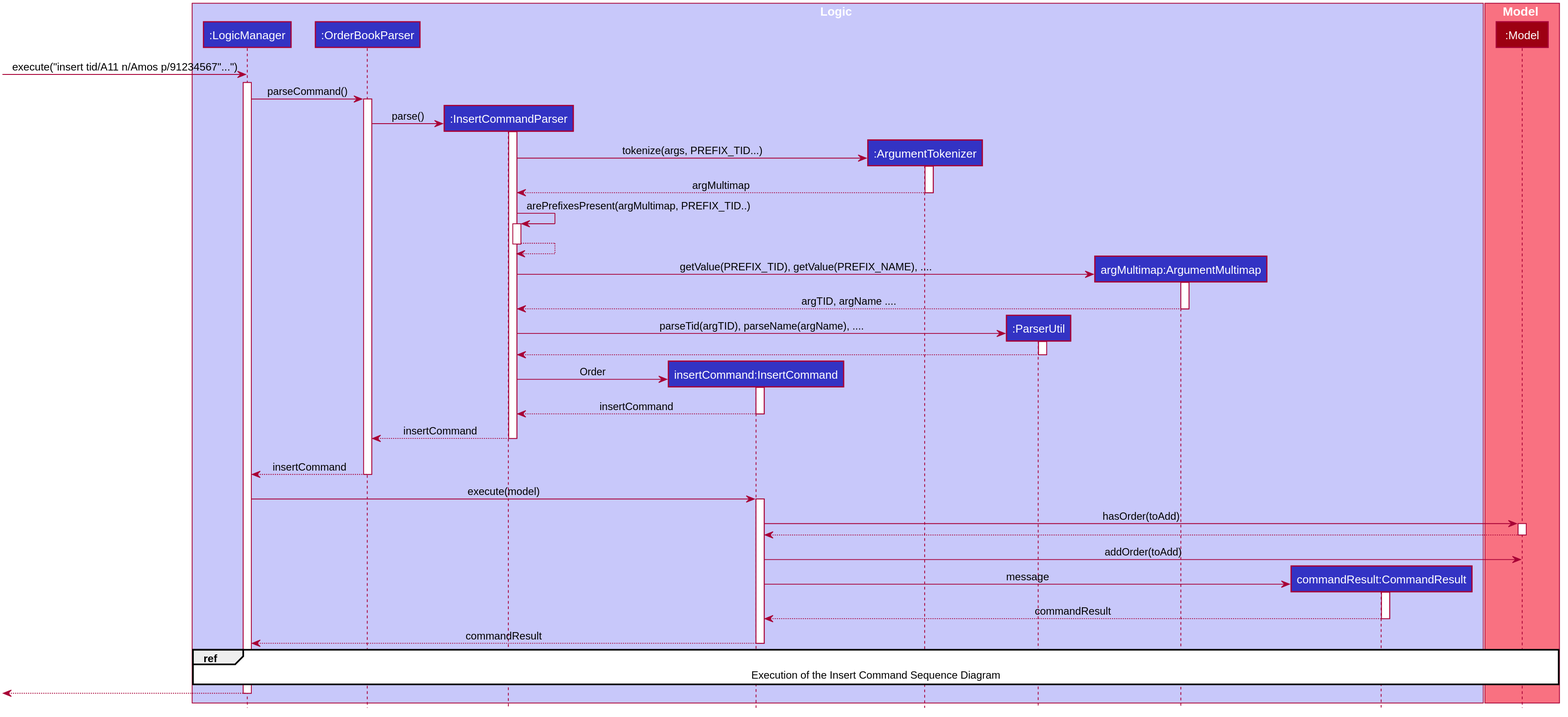
Above: docs/images/InsertCommandSequenceDiagram.svg in nus-cs2103-AY1920S2/addressbook-level3 (PlantUML), before the change.
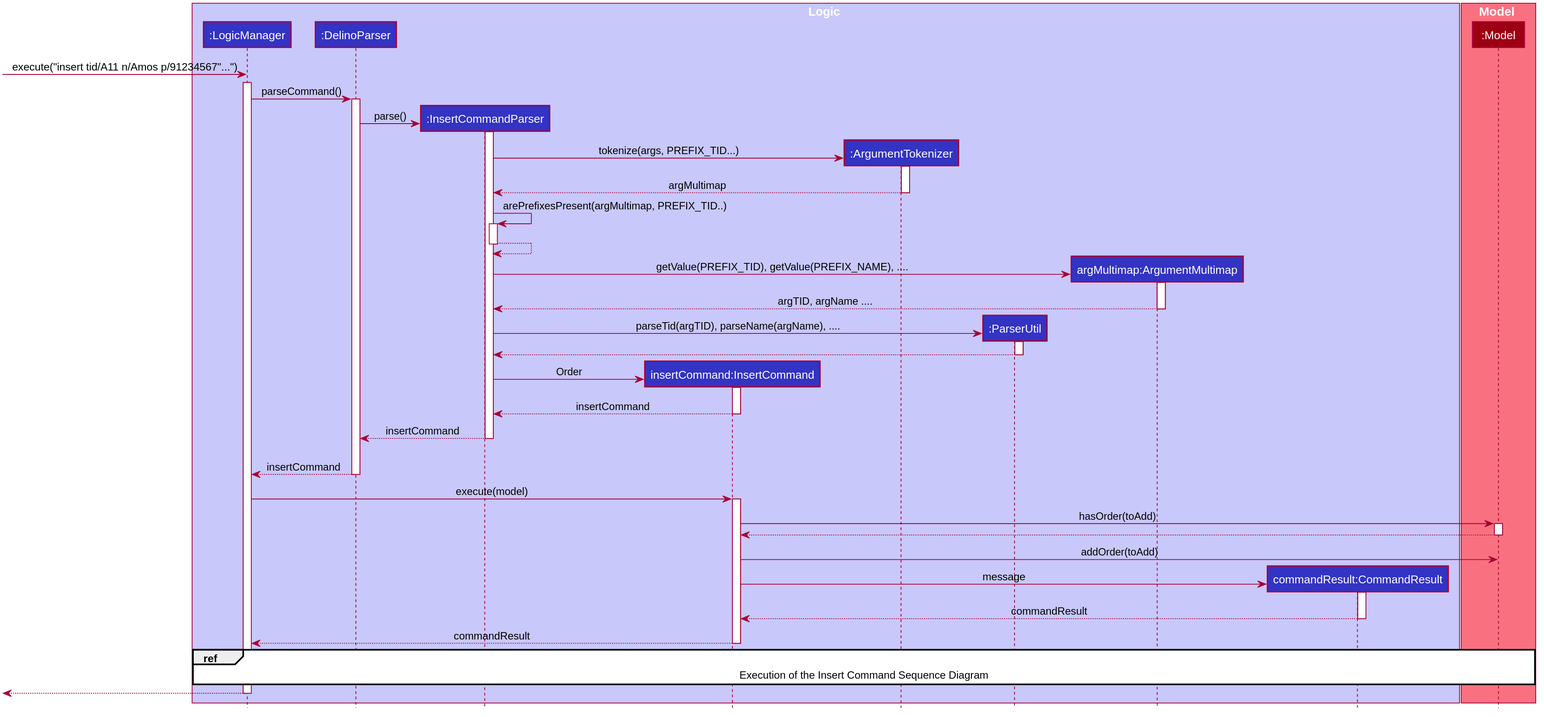
After the change.

Diff of the diagram source:
```diff
@@ -49,7 +49,7 @@
 hide circle
 box Logic #C8C8FA
 participant ":LogicManager" as LogicManager #3333C4
-participant ":OrderBookParser" as OrderBookParser #3333C4
+participant ":DelinoParser" as DelinoParser #3333C4
 participant ":InsertCommandParser" as InsertCommandParser #3333C4
 participant "insertCommand:InsertCommand" as InsertCommand #3333C4
 participant ":ArgumentTokenizer" as ArgumentTokenizer #3333C4
@@ -66,12 +66,12 @@
 [-> LogicManager : execute("insert tid/A11 n/Amos p/91234567"...")
 activate LogicManager
 
-LogicManager -> OrderBookParser : parseCommand()
-activate OrderBookParser
+LogicManager -> DelinoParser : parseCommand()
+activate DelinoParser
 
 create InsertCommandParser
 
-OrderBookParser -> InsertCommandParser ++ : parse()
+DelinoParser -> InsertCommandParser ++ : parse()
 activate InsertCommandParser
 create ArgumentTokenizer
 
@@ -105,12 +105,12 @@
 
 InsertCommand --> InsertCommandParser -- : insertCommand
 deactivate InsertCommand
-InsertCommandParser --> OrderBookParser -- : insertCommand
+InsertCommandParser --> DelinoParser -- : insertCommand
 
 deactivate InsertCommandParser
-InsertCommandParser -[hidden]-> OrderBookParser
+InsertCommandParser -[hidden]-> DelinoParser
 
-OrderBookParser --> LogicManager -- : insertCommand
+DelinoParser --> LogicManager -- : insertCommand
 
 LogicManager -> InsertCommand ++ : execute(model)
 
```
